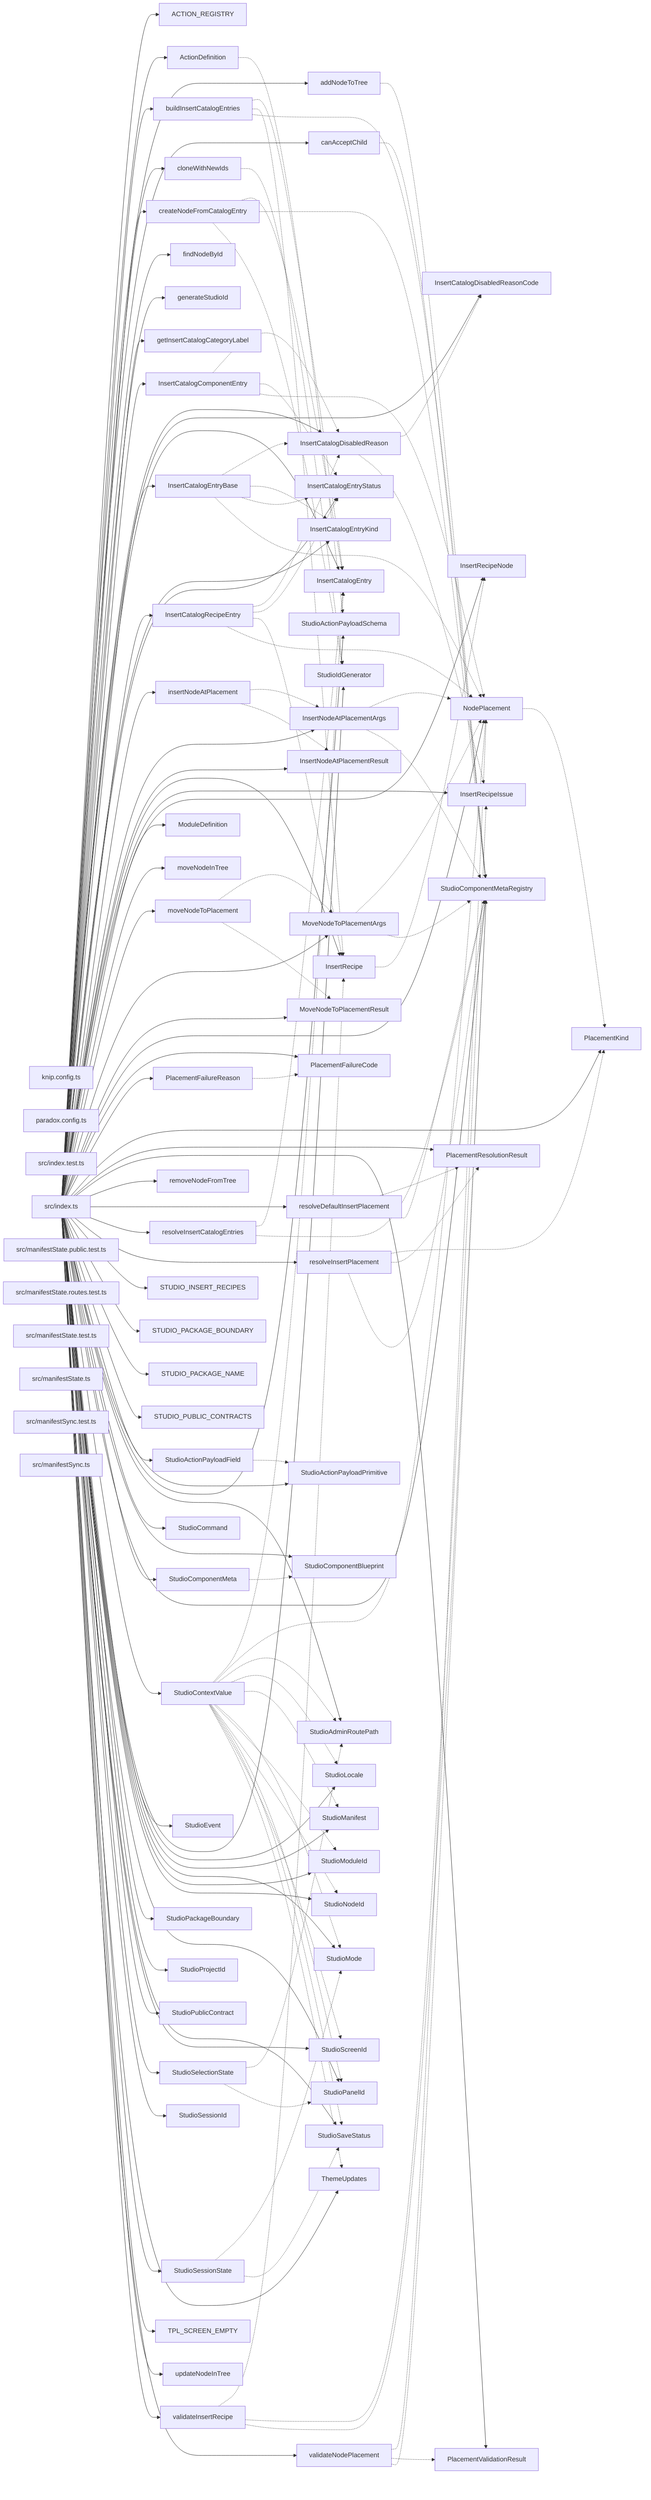
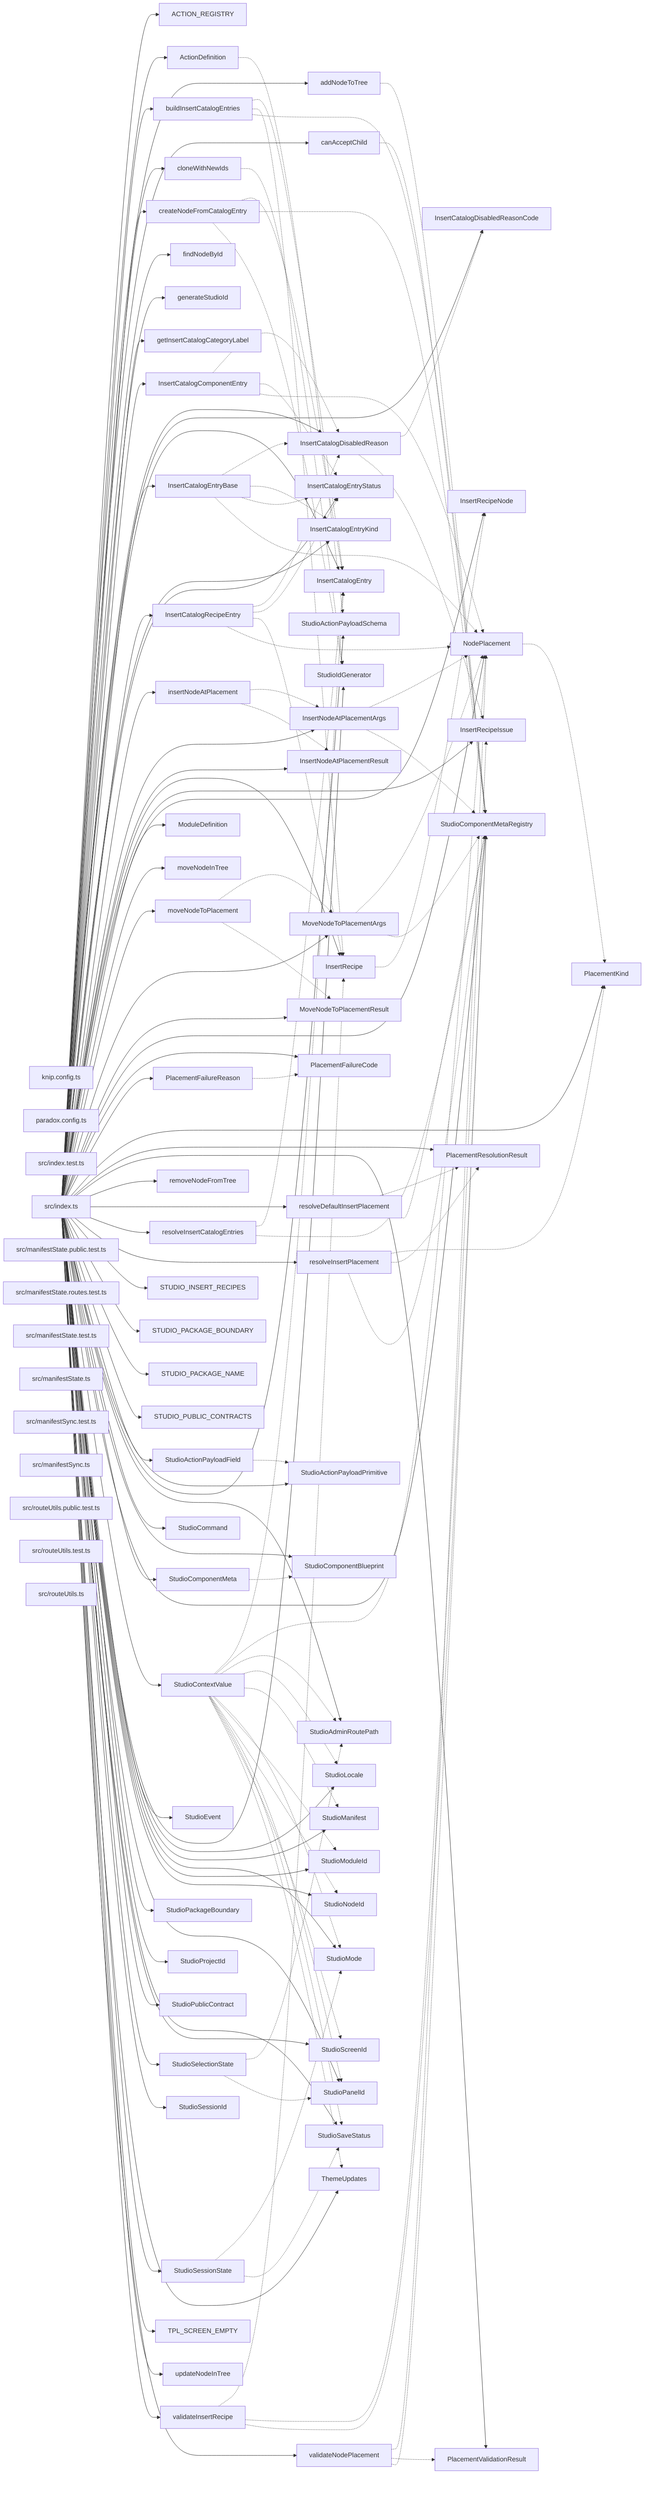
graph LR
  module_knip_config_ts["knip.config.ts"]
  module_paradox_config_ts["paradox.config.ts"]
  module_src_index_test_ts["src/index.test.ts"]
  module_src_index_ts["src/index.ts"]
  module_src_manifestState_public_test_ts["src/manifestState.public.test.ts"]
  module_src_manifestState_routes_test_ts["src/manifestState.routes.test.ts"]
  module_src_manifestState_test_ts["src/manifestState.test.ts"]
  module_src_manifestState_ts["src/manifestState.ts"]
  module_src_manifestSync_test_ts["src/manifestSync.test.ts"]
  module_src_manifestSync_ts["src/manifestSync.ts"]
+   module_src_routeUtils_public_test_ts["src/routeUtils.public.test.ts"]
+   module_src_routeUtils_test_ts["src/routeUtils.test.ts"]
+   module_src_routeUtils_ts["src/routeUtils.ts"]
  export_ACTION_REGISTRY["ACTION_REGISTRY"]
  module_src_index_ts --> export_ACTION_REGISTRY
  export_ActionDefinition["ActionDefinition"]
  module_src_index_ts --> export_ActionDefinition
  export_ActionDefinition -.-> export_StudioActionPayloadSchema
  export_addNodeToTree["addNodeToTree"]
  module_src_index_ts --> export_addNodeToTree
  export_addNodeToTree -.-> export_StudioComponentMetaRegistry
  export_buildInsertCatalogEntries["buildInsertCatalogEntries"]
  module_src_index_ts --> export_buildInsertCatalogEntries
  export_buildInsertCatalogEntries -.-> export_InsertCatalogEntry
  export_buildInsertCatalogEntries -.-> export_InsertRecipe
  export_buildInsertCatalogEntries -.-> export_StudioComponentMetaRegistry
  export_canAcceptChild["canAcceptChild"]
  module_src_index_ts --> export_canAcceptChild
  export_canAcceptChild -.-> export_StudioComponentMetaRegistry
  export_cloneWithNewIds["cloneWithNewIds"]
  module_src_index_ts --> export_cloneWithNewIds
  export_cloneWithNewIds -.-> export_StudioIdGenerator
  export_createNodeFromCatalogEntry["createNodeFromCatalogEntry"]
  module_src_index_ts --> export_createNodeFromCatalogEntry
  export_createNodeFromCatalogEntry -.-> export_InsertCatalogEntry
  export_createNodeFromCatalogEntry -.-> export_StudioComponentMetaRegistry
  export_createNodeFromCatalogEntry -.-> export_StudioIdGenerator
  export_findNodeById["findNodeById"]
  module_src_index_ts --> export_findNodeById
  export_generateStudioId["generateStudioId"]
  module_src_index_ts --> export_generateStudioId
  export_getInsertCatalogCategoryLabel["getInsertCatalogCategoryLabel"]
  module_src_index_ts --> export_getInsertCatalogCategoryLabel
  export_InsertCatalogComponentEntry["InsertCatalogComponentEntry"]
  module_src_index_ts --> export_InsertCatalogComponentEntry
  export_InsertCatalogComponentEntry -.-> export_InsertCatalogDisabledReason
  export_InsertCatalogComponentEntry -.-> export_InsertCatalogEntryStatus
  export_InsertCatalogComponentEntry -.-> export_NodePlacement
  export_InsertCatalogDisabledReason["InsertCatalogDisabledReason"]
  module_src_index_ts --> export_InsertCatalogDisabledReason
  export_InsertCatalogDisabledReason -.-> export_InsertCatalogDisabledReasonCode
  export_InsertCatalogDisabledReason -.-> export_InsertRecipeIssue
  export_InsertCatalogDisabledReasonCode["InsertCatalogDisabledReasonCode"]
  module_src_index_ts --> export_InsertCatalogDisabledReasonCode
  export_InsertCatalogEntry["InsertCatalogEntry"]
  module_src_index_ts --> export_InsertCatalogEntry
  export_InsertCatalogEntryBase["InsertCatalogEntryBase"]
  module_src_index_ts --> export_InsertCatalogEntryBase
  export_InsertCatalogEntryBase -.-> export_InsertCatalogDisabledReason
  export_InsertCatalogEntryBase -.-> export_InsertCatalogEntryKind
  export_InsertCatalogEntryBase -.-> export_InsertCatalogEntryStatus
  export_InsertCatalogEntryBase -.-> export_NodePlacement
  export_InsertCatalogEntryKind["InsertCatalogEntryKind"]
  module_src_index_ts --> export_InsertCatalogEntryKind
  export_InsertCatalogEntryStatus["InsertCatalogEntryStatus"]
  module_src_index_ts --> export_InsertCatalogEntryStatus
  export_InsertCatalogRecipeEntry["InsertCatalogRecipeEntry"]
  module_src_index_ts --> export_InsertCatalogRecipeEntry
  export_InsertCatalogRecipeEntry -.-> export_InsertCatalogDisabledReason
  export_InsertCatalogRecipeEntry -.-> export_InsertCatalogEntryStatus
  export_InsertCatalogRecipeEntry -.-> export_InsertRecipe
  export_InsertCatalogRecipeEntry -.-> export_NodePlacement
  export_insertNodeAtPlacement["insertNodeAtPlacement"]
  module_src_index_ts --> export_insertNodeAtPlacement
  export_insertNodeAtPlacement -.-> export_InsertNodeAtPlacementArgs
  export_insertNodeAtPlacement -.-> export_InsertNodeAtPlacementResult
  export_InsertNodeAtPlacementArgs["InsertNodeAtPlacementArgs"]
  module_src_index_ts --> export_InsertNodeAtPlacementArgs
  export_InsertNodeAtPlacementArgs -.-> export_NodePlacement
  export_InsertNodeAtPlacementArgs -.-> export_StudioComponentMetaRegistry
  export_InsertNodeAtPlacementResult["InsertNodeAtPlacementResult"]
  module_src_index_ts --> export_InsertNodeAtPlacementResult
  export_InsertRecipe["InsertRecipe"]
  module_src_index_ts --> export_InsertRecipe
  export_InsertRecipe -.-> export_InsertRecipeNode
  export_InsertRecipeIssue["InsertRecipeIssue"]
  module_src_index_ts --> export_InsertRecipeIssue
  export_InsertRecipeNode["InsertRecipeNode"]
  module_src_index_ts --> export_InsertRecipeNode
  export_ModuleDefinition["ModuleDefinition"]
  module_src_index_ts --> export_ModuleDefinition
  export_moveNodeInTree["moveNodeInTree"]
  module_src_index_ts --> export_moveNodeInTree
  export_moveNodeToPlacement["moveNodeToPlacement"]
  module_src_index_ts --> export_moveNodeToPlacement
  export_moveNodeToPlacement -.-> export_MoveNodeToPlacementArgs
  export_moveNodeToPlacement -.-> export_MoveNodeToPlacementResult
  export_MoveNodeToPlacementArgs["MoveNodeToPlacementArgs"]
  module_src_index_ts --> export_MoveNodeToPlacementArgs
  export_MoveNodeToPlacementArgs -.-> export_NodePlacement
  export_MoveNodeToPlacementArgs -.-> export_StudioComponentMetaRegistry
  export_MoveNodeToPlacementResult["MoveNodeToPlacementResult"]
  module_src_index_ts --> export_MoveNodeToPlacementResult
  export_NodePlacement["NodePlacement"]
  module_src_index_ts --> export_NodePlacement
  export_NodePlacement -.-> export_PlacementKind
  export_PlacementFailureCode["PlacementFailureCode"]
  module_src_index_ts --> export_PlacementFailureCode
  export_PlacementFailureReason["PlacementFailureReason"]
  module_src_index_ts --> export_PlacementFailureReason
  export_PlacementFailureReason -.-> export_PlacementFailureCode
  export_PlacementKind["PlacementKind"]
  module_src_index_ts --> export_PlacementKind
  export_PlacementResolutionResult["PlacementResolutionResult"]
  module_src_index_ts --> export_PlacementResolutionResult
  export_PlacementValidationResult["PlacementValidationResult"]
  module_src_index_ts --> export_PlacementValidationResult
  export_removeNodeFromTree["removeNodeFromTree"]
  module_src_index_ts --> export_removeNodeFromTree
  export_resolveDefaultInsertPlacement["resolveDefaultInsertPlacement"]
  module_src_index_ts --> export_resolveDefaultInsertPlacement
  export_resolveDefaultInsertPlacement -.-> export_PlacementResolutionResult
  export_resolveDefaultInsertPlacement -.-> export_StudioComponentMetaRegistry
  export_resolveInsertCatalogEntries["resolveInsertCatalogEntries"]
  module_src_index_ts --> export_resolveInsertCatalogEntries
  export_resolveInsertCatalogEntries -.-> export_InsertCatalogEntry
  export_resolveInsertCatalogEntries -.-> export_StudioComponentMetaRegistry
  export_resolveInsertPlacement["resolveInsertPlacement"]
  module_src_index_ts --> export_resolveInsertPlacement
  export_resolveInsertPlacement -.-> export_PlacementKind
  export_resolveInsertPlacement -.-> export_PlacementResolutionResult
  export_resolveInsertPlacement -.-> export_StudioComponentMetaRegistry
  export_STUDIO_INSERT_RECIPES["STUDIO_INSERT_RECIPES"]
  module_src_index_ts --> export_STUDIO_INSERT_RECIPES
  export_STUDIO_PACKAGE_BOUNDARY["STUDIO_PACKAGE_BOUNDARY"]
  module_src_index_ts --> export_STUDIO_PACKAGE_BOUNDARY
  export_STUDIO_PACKAGE_NAME["STUDIO_PACKAGE_NAME"]
  module_src_index_ts --> export_STUDIO_PACKAGE_NAME
  export_STUDIO_PUBLIC_CONTRACTS["STUDIO_PUBLIC_CONTRACTS"]
  module_src_index_ts --> export_STUDIO_PUBLIC_CONTRACTS
  export_StudioActionPayloadField["StudioActionPayloadField"]
  module_src_index_ts --> export_StudioActionPayloadField
  export_StudioActionPayloadField -.-> export_StudioActionPayloadPrimitive
  export_StudioActionPayloadPrimitive["StudioActionPayloadPrimitive"]
  module_src_index_ts --> export_StudioActionPayloadPrimitive
  export_StudioActionPayloadSchema["StudioActionPayloadSchema"]
  module_src_index_ts --> export_StudioActionPayloadSchema
  export_StudioAdminRoutePath["StudioAdminRoutePath"]
  module_src_index_ts --> export_StudioAdminRoutePath
  export_StudioCommand["StudioCommand"]
  module_src_index_ts --> export_StudioCommand
  export_StudioComponentBlueprint["StudioComponentBlueprint"]
  module_src_index_ts --> export_StudioComponentBlueprint
  export_StudioComponentMeta["StudioComponentMeta"]
  module_src_index_ts --> export_StudioComponentMeta
  export_StudioComponentMeta -.-> export_StudioComponentBlueprint
  export_StudioComponentMetaRegistry["StudioComponentMetaRegistry"]
  module_src_index_ts --> export_StudioComponentMetaRegistry
  export_StudioContextValue["StudioContextValue"]
  module_src_index_ts --> export_StudioContextValue
  export_StudioContextValue -.-> export_InsertCatalogEntry
  export_StudioContextValue -.-> export_NodePlacement
  export_StudioContextValue -.-> export_StudioAdminRoutePath
  export_StudioContextValue -.-> export_StudioLocale
  export_StudioContextValue -.-> export_StudioManifest
  export_StudioContextValue -.-> export_StudioMode
  export_StudioContextValue -.-> export_StudioModuleId
  export_StudioContextValue -.-> export_StudioNodeId
  export_StudioContextValue -.-> export_StudioPanelId
  export_StudioContextValue -.-> export_StudioSaveStatus
  export_StudioContextValue -.-> export_StudioScreenId
  export_StudioContextValue -.-> export_ThemeUpdates
  export_StudioEvent["StudioEvent"]
  module_src_index_ts --> export_StudioEvent
  export_StudioIdGenerator["StudioIdGenerator"]
  module_src_index_ts --> export_StudioIdGenerator
  export_StudioLocale["StudioLocale"]
  module_src_index_ts --> export_StudioLocale
  export_StudioManifest["StudioManifest"]
  module_src_index_ts --> export_StudioManifest
  export_StudioMode["StudioMode"]
  module_src_index_ts --> export_StudioMode
  export_StudioModuleId["StudioModuleId"]
  module_src_index_ts --> export_StudioModuleId
  export_StudioNodeId["StudioNodeId"]
  module_src_index_ts --> export_StudioNodeId
  export_StudioPackageBoundary["StudioPackageBoundary"]
  module_src_index_ts --> export_StudioPackageBoundary
  export_StudioPanelId["StudioPanelId"]
  module_src_index_ts --> export_StudioPanelId
  export_StudioProjectId["StudioProjectId"]
  module_src_index_ts --> export_StudioProjectId
  export_StudioPublicContract["StudioPublicContract"]
  module_src_index_ts --> export_StudioPublicContract
  export_StudioSaveStatus["StudioSaveStatus"]
  module_src_index_ts --> export_StudioSaveStatus
  export_StudioScreenId["StudioScreenId"]
  module_src_index_ts --> export_StudioScreenId
  export_StudioSelectionState["StudioSelectionState"]
  module_src_index_ts --> export_StudioSelectionState
  export_StudioSelectionState -.-> export_StudioAdminRoutePath
  export_StudioSelectionState -.-> export_StudioPanelId
  export_StudioSessionId["StudioSessionId"]
  module_src_index_ts --> export_StudioSessionId
  export_StudioSessionState["StudioSessionState"]
  module_src_index_ts --> export_StudioSessionState
  export_StudioSessionState -.-> export_StudioMode
  export_StudioSessionState -.-> export_StudioSaveStatus
  export_ThemeUpdates["ThemeUpdates"]
  module_src_index_ts --> export_ThemeUpdates
  export_TPL_SCREEN_EMPTY["TPL_SCREEN_EMPTY"]
  module_src_index_ts --> export_TPL_SCREEN_EMPTY
  export_updateNodeInTree["updateNodeInTree"]
  module_src_index_ts --> export_updateNodeInTree
  export_validateInsertRecipe["validateInsertRecipe"]
  module_src_index_ts --> export_validateInsertRecipe
  export_validateInsertRecipe -.-> export_InsertRecipe
  export_validateInsertRecipe -.-> export_InsertRecipeIssue
  export_validateInsertRecipe -.-> export_StudioComponentMetaRegistry
  export_validateNodePlacement["validateNodePlacement"]
  module_src_index_ts --> export_validateNodePlacement
  export_validateNodePlacement -.-> export_NodePlacement
  export_validateNodePlacement -.-> export_PlacementValidationResult
  export_validateNodePlacement -.-> export_StudioComponentMetaRegistry
